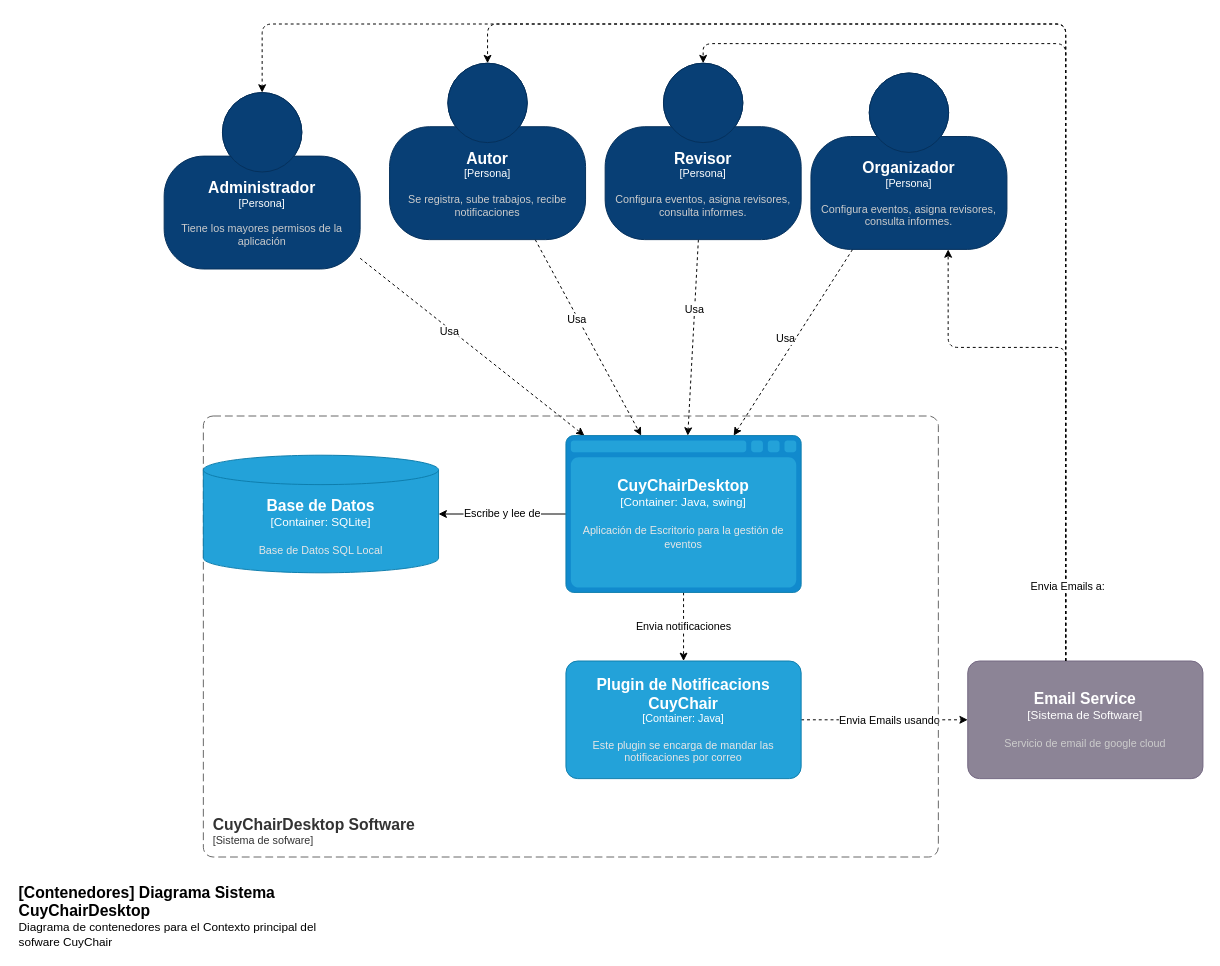
Above: cuyChairDesktop/C4/Contenedores.drawio in Whouaaass/CuyChair-Docs (draw.io), before the change. Source tidied: cells renumbered, new cells numbered last; positions are measured from the earlier drawing's top-left corner, leaving out a move shared by most shapes. Both pictures are drawn from the tidied source at 98%, with x=0, y=0 at pixel (17, 24).
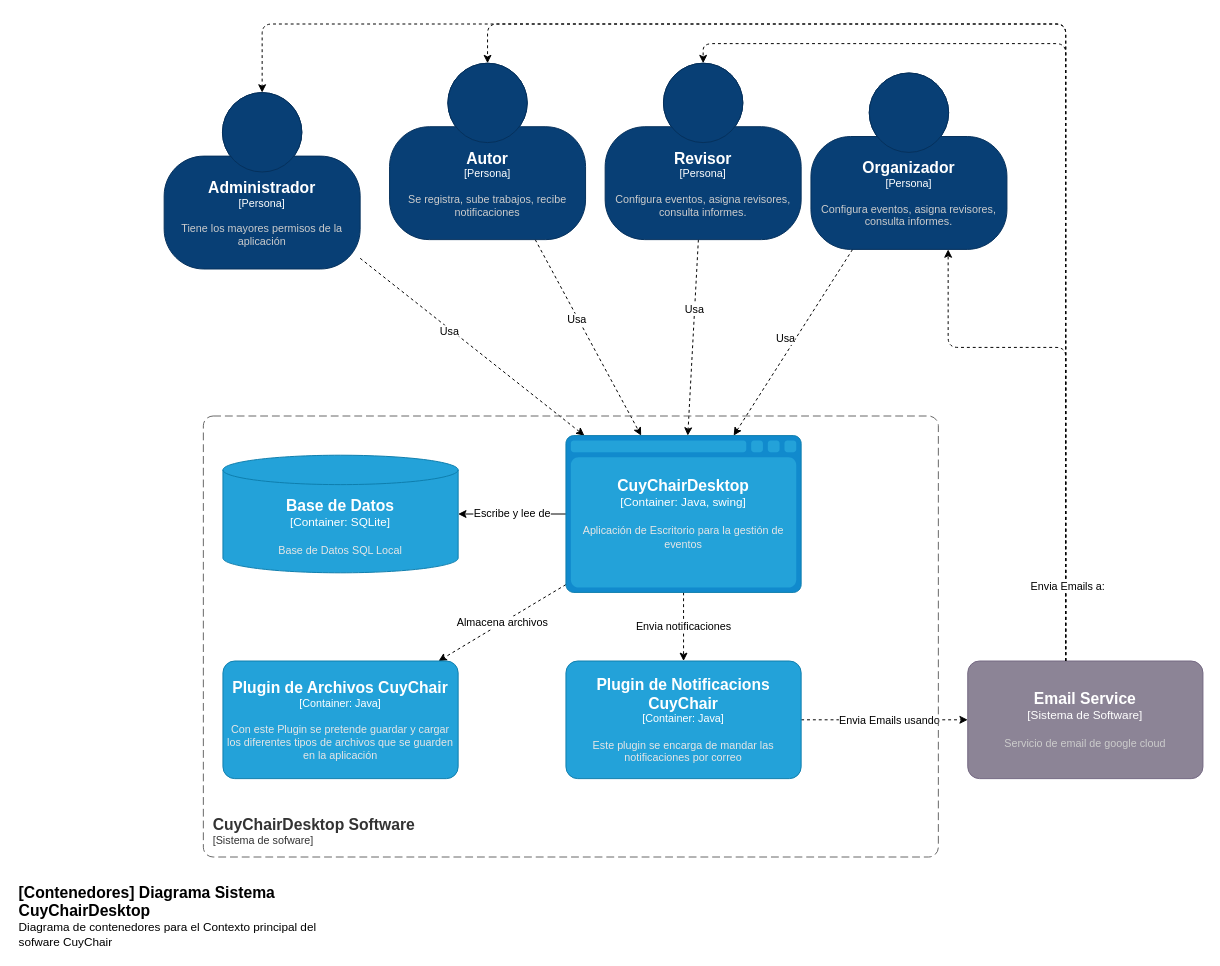
Above is the later version.

Commit message (it also covers changes not shown here):
Adicion del plugin de adicion de archivos al modelo de contenedores y al de componentes

Unchanged cells that the change refers to:
```xml
<object id="25" label="&lt;font style=&quot;font-size: 16px&quot;&gt;&lt;b&gt;%c4Type%&lt;/b&gt;&lt;/font&gt;&lt;div&gt;[%c4Container%:&amp;nbsp;%c4Technology%]&lt;/div&gt;&lt;br&gt;&lt;div&gt;&lt;font style=&quot;font-size: 11px&quot;&gt;&lt;font color=&quot;#E6E6E6&quot;&gt;%c4Description%&lt;/font&gt;&lt;/div&gt;" c4Container="Container" c4Description="Aplicación de Escritorio para la gestión de eventos" c4Technology="Java, swing" c4Type="CuyChairDesktop" placeholders="1">
  <mxCell style="shape=mxgraph.c4.webBrowserContainer2;whiteSpace=wrap;html=1;boundedLbl=1;rounded=0;labelBackgroundColor=none;strokeColor=#118ACD;fillColor=#23A2D9;strokeColor=#118ACD;strokeColor2=#0E7DAD;fontSize=12;fontColor=#ffffff;align=center;points=[[0.5,0,0],[1,0.25,0],[1,0.5,0],[1,0.75,0],[0.5,1,0],[0,0.75,0],[0,0.5,0],[0,0.25,0]];" parent="1" vertex="1">
    <mxGeometry x="560" y="420" width="240" height="160" as="geometry" />
  </mxCell>
</object>
```

The edit, as a diff of the source:
```diff
@@
+    <mxCell id="29" value="Almacena archivos" style="edgeStyle=none;html=1;dashed=1;" parent="1" edge="1" source="25" target="30">
+      <mxGeometry relative="1" as="geometry" />
+    </mxCell>
@@
     <object id="26" label="&lt;font style=&quot;font-size: 16px&quot;&gt;&lt;b&gt;%c4Type%&lt;/b&gt;&lt;/font&gt;&lt;div&gt;[%c4Container%:&amp;nbsp;%c4Technology%]&lt;/div&gt;&lt;br&gt;&lt;div&gt;&lt;font style=&quot;font-size: 11px&quot;&gt;&lt;font color=&quot;#E6E6E6&quot;&gt;%c4Description%&lt;/font&gt;&lt;/div&gt;" c4Container="Container" c4Description="Base de Datos SQL Local" c4Technology="SQLite" c4Type="Base de Datos" placeholders="1">
       <mxCell style="shape=cylinder3;size=15;whiteSpace=wrap;html=1;boundedLbl=1;rounded=0;labelBackgroundColor=none;fillColor=#23A2D9;fontSize=12;fontColor=#ffffff;align=center;strokeColor=#0E7DAD;points=[[0.5,0,0],[1,0.25,0],[1,0.5,0],[1,0.75,0],[0.5,1,0],[0,0.75,0],[0,0.5,0],[0,0.25,0]];" parent="1" vertex="1">
-        <mxGeometry x="190" y="440" width="240" height="120" as="geometry" />
+        <mxGeometry x="210" y="440" width="240" height="120" as="geometry" />
       </mxCell>
     </object>
@@
+    <object id="30" label="&lt;font style=&quot;font-size: 16px&quot;&gt;&lt;b&gt;%c4Name%&lt;/b&gt;&lt;/font&gt;&lt;div&gt;[%c4Type%: %c4Technology%]&lt;/div&gt;&lt;br&gt;&lt;div&gt;&lt;font style=&quot;font-size: 11px&quot;&gt;&lt;font color=&quot;#E6E6E6&quot;&gt;%c4Description%&lt;/font&gt;&lt;/div&gt;" c4Description="Con este Plugin se pretende guardar y cargar los diferentes tipos de archivos que se guarden en la aplicación" c4Name="Plugin de Archivos CuyChair" c4Technology="Java" c4Type="Container" placeholders="1">
+      <mxCell style="rounded=1;whiteSpace=wrap;html=1;fontSize=11;labelBackgroundColor=none;fillColor=#23A2D9;fontColor=#ffffff;align=center;arcSize=10;strokeColor=#0E7DAD;points=[[0.25,0,0],[0.5,0,0],[0.75,0,0],[1,0.25,0],[1,0.5,0],[1,0.75,0],[0.75,1,0],[0.5,1,0],[0.25,1,0],[0,0.75,0],[0,0.5,0],[0,0.25,0]];" parent="1" vertex="1">
+        <mxGeometry x="210" y="650" width="240" height="120" as="geometry" />
+      </mxCell>
+    </object>
```
